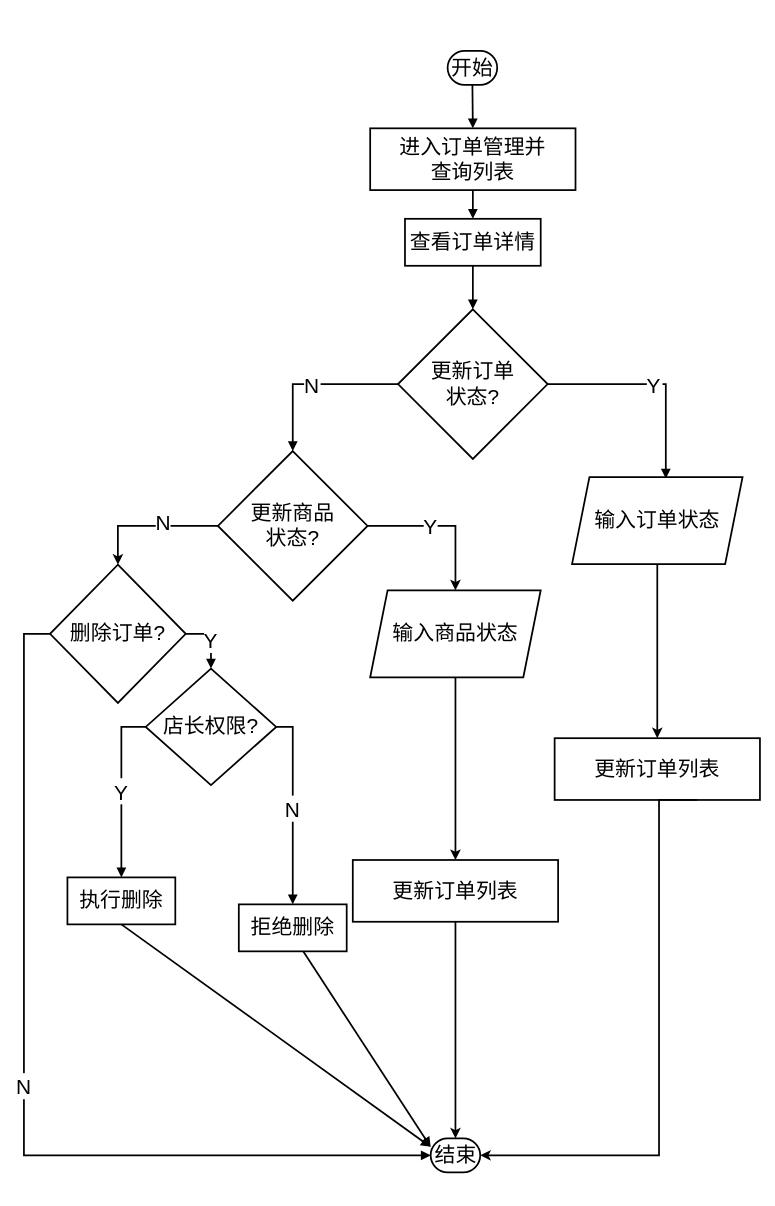
Earlier version of the draw.io diagram 订单信息管理功能流程图.drawio (LichCarlos/darwIo). Source tidied: cells renumbered, new cells numbered last; positions are measured from the earlier drawing's top-left corner, leaving out a move shared by most shapes. Both pictures are drawn from the tidied source at 87%, with x=0, y=0 at pixel (23, 50).
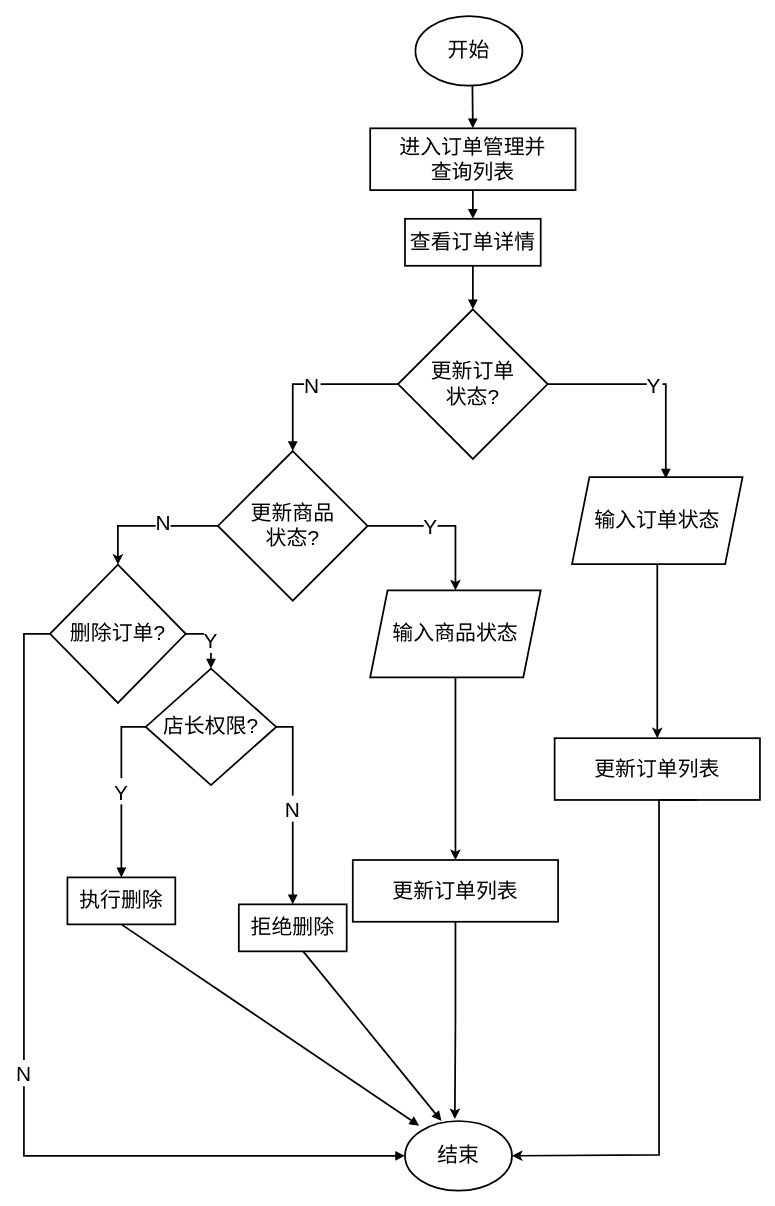
The same page after the edit.

Commit message:
更新订单信息管理功能流程图.drawio

Unchanged cells that the change refers to:
```xml
<mxCell id="6" value="进入订单管理并&#10;查询列表" style="whiteSpace=wrap;strokeWidth=2;fontSize=24;" parent="1" vertex="1">
  <mxGeometry x="398" y="89" width="236" height="71" as="geometry" />
</mxCell>
<mxCell id="9" value="删除订单?" style="rhombus;strokeWidth=2;whiteSpace=wrap;fontSize=24;" parent="1" vertex="1">
  <mxGeometry x="30" y="590.5" width="156" height="159" as="geometry" />
</mxCell>
<mxCell id="11" value="执行删除" style="whiteSpace=wrap;strokeWidth=2;fontSize=24;" parent="1" vertex="1">
  <mxGeometry x="50" y="950" width="124" height="54" as="geometry" />
</mxCell>
<mxCell id="36" value="更新订单列表" style="whiteSpace=wrap;strokeWidth=2;fontSize=24;" parent="1" vertex="1">
  <mxGeometry x="378" y="930" width="236" height="71" as="geometry" />
</mxCell>
```

Diff of the diagram source:
```diff
@@
-    <mxCell id="5" value="开始" style="rounded=1;whiteSpace=wrap;arcSize=50;strokeWidth=2;fontSize=24;" parent="1" vertex="1">
-      <mxGeometry x="487" width="57" height="39" as="geometry" />
-    </mxCell>
@@
-    <mxCell id="13" style="curved=1;startArrow=none;endArrow=block;strokeWidth=2;exitX=0.5;exitY=1;entryX=0.5;entryY=0;rounded=0;fontSize=24;" parent="1" edge="1" source="5" target="6">
-      <mxGeometry relative="1" as="geometry" />
+    <mxCell id="13" style="curved=1;startArrow=none;endArrow=block;strokeWidth=2;exitX=0.5;exitY=1;entryX=0.5;entryY=0;rounded=0;fontSize=24;" parent="1" edge="1" target="6">
+      <mxGeometry relative="1" as="geometry">
+        <mxPoint x="515.5" y="39" as="sourcePoint" />
+      </mxGeometry>
     </mxCell>
@@
     <mxCell id="18" value="N" style="startArrow=none;endArrow=block;strokeWidth=2;exitX=0;exitY=0.5;entryX=0;entryY=0.5;rounded=0;fontSize=24;exitDx=0;exitDy=0;edgeStyle=orthogonalEdgeStyle;entryDx=0;entryDy=0;" parent="1" edge="1" source="9" target="33">
       <mxGeometry relative="1" as="geometry">
         <Array as="points">
           <mxPoint y="670" />
           <mxPoint y="1270" />
+          <mxPoint x="438" y="1270" />
         </Array>
       </mxGeometry>
     </mxCell>
@@
-    <mxCell id="22" style="startArrow=none;endArrow=block;strokeWidth=2;exitX=0.5;exitY=1.01;entryX=0;entryY=0.25;rounded=0;fontSize=24;entryDx=0;entryDy=0;" parent="1" edge="1" source="11" target="33">
+    <mxCell id="22" style="startArrow=none;endArrow=block;strokeWidth=2;exitX=0.5;exitY=1.01;entryX=0.133;entryY=0.067;rounded=0;fontSize=24;entryDx=0;entryDy=0;entryPerimeter=0;" parent="1" edge="1" source="11" target="33">
       <mxGeometry relative="1" as="geometry" />
     </mxCell>
-    <mxCell id="23" style="startArrow=none;endArrow=block;strokeWidth=2;exitX=0.5;exitY=1.01;entryX=0;entryY=0.25;rounded=0;fontSize=24;entryDx=0;entryDy=0;" parent="1" edge="1" target="33">
+    <mxCell id="23" style="startArrow=none;endArrow=block;strokeWidth=2;exitX=0.5;exitY=1.01;rounded=0;fontSize=24;entryX=0.341;entryY=0;entryDx=0;entryDy=0;entryPerimeter=0;" parent="1" edge="1" target="33">
       <mxGeometry relative="1" as="geometry">
         <mxPoint x="321" y="1035" as="sourcePoint" />
       </mxGeometry>
     </mxCell>
@@
-    <mxCell id="33" value="结束" style="rounded=1;whiteSpace=wrap;arcSize=50;strokeWidth=2;fontSize=24;" parent="1" vertex="1">
-      <mxGeometry x="467.5" y="1250" width="57" height="39" as="geometry" />
-    </mxCell>
@@
     <mxCell id="35" style="edgeStyle=orthogonalEdgeStyle;rounded=0;jettySize=auto;html=1;entryX=1;entryY=0.5;entryDx=0;entryDy=0;strokeWidth=2;" parent="1" edge="1" target="33">
       <mxGeometry relative="1" as="geometry">
         <mxPoint x="774" y="861" as="sourcePoint" />
         <Array as="points">
           <mxPoint x="730" y="861" />
           <mxPoint x="730" y="1269" />
+          <mxPoint x="561" y="1269" />
         </Array>
       </mxGeometry>
     </mxCell>
@@
-    <mxCell id="37" style="edgeStyle=orthogonalEdgeStyle;rounded=0;jettySize=auto;html=1;entryX=0.5;entryY=0;entryDx=0;entryDy=0;strokeWidth=2;exitX=0.5;exitY=1;exitDx=0;exitDy=0;" parent="1" edge="1" source="36" target="33">
+    <mxCell id="37" style="edgeStyle=orthogonalEdgeStyle;rounded=0;jettySize=auto;html=1;entryX=0.466;entryY=-0.028;entryDx=0;entryDy=0;strokeWidth=2;exitX=0.5;exitY=1;exitDx=0;exitDy=0;entryPerimeter=0;" parent="1" edge="1" source="36" target="33">
       <mxGeometry relative="1" as="geometry" />
     </mxCell>
+    <mxCell id="5" value="&lt;font style=&quot;font-size: 24px;&quot;&gt;开始&lt;/font&gt;" style="ellipse;whiteSpace=wrap;html=1;strokeWidth=2;" parent="1" vertex="1">
+      <mxGeometry x="450" y="-40" width="123" height="80" as="geometry" />
+    </mxCell>
+    <mxCell id="33" value="&lt;font style=&quot;font-size: 24px;&quot;&gt;结束&lt;/font&gt;" style="ellipse;whiteSpace=wrap;html=1;strokeWidth=2;" parent="1" vertex="1">
+      <mxGeometry x="438" y="1230" width="123" height="80" as="geometry" />
+    </mxCell>
```
